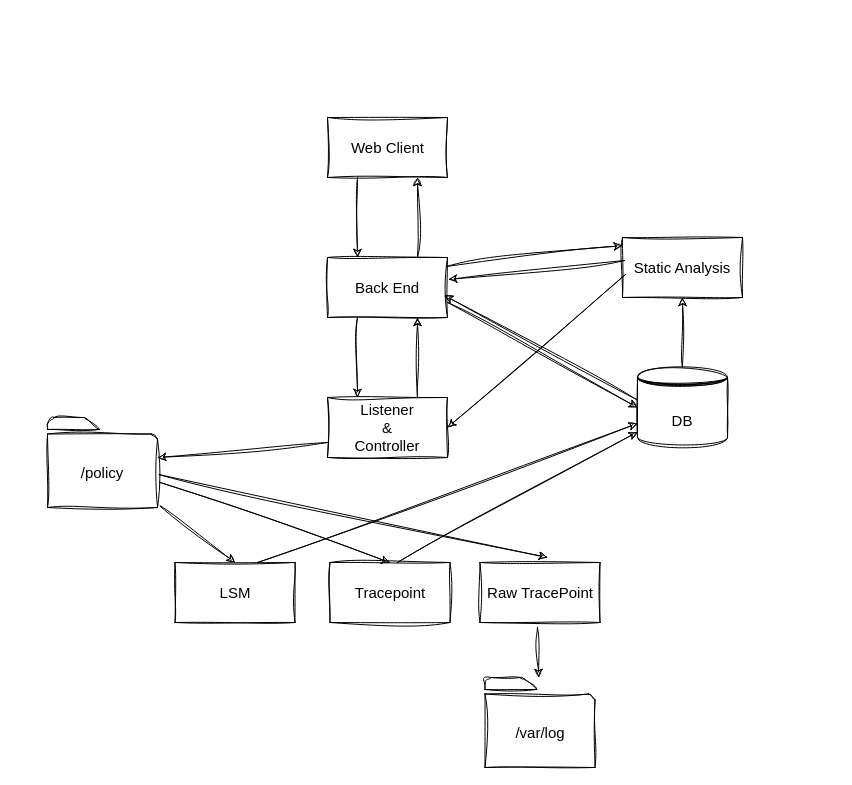
Above: page "페이지-2" (2 of 2) of yamong/yamong.drawio in bob-yamong/drawio (draw.io), before the change. Source tidied: cells renumbered, new cells numbered last; positions are measured from the earlier drawing's top-left corner, leaving out a move shared by most shapes. Both pictures are drawn from the tidied source at 100%, with x=0, y=0 at pixel (47, 117).
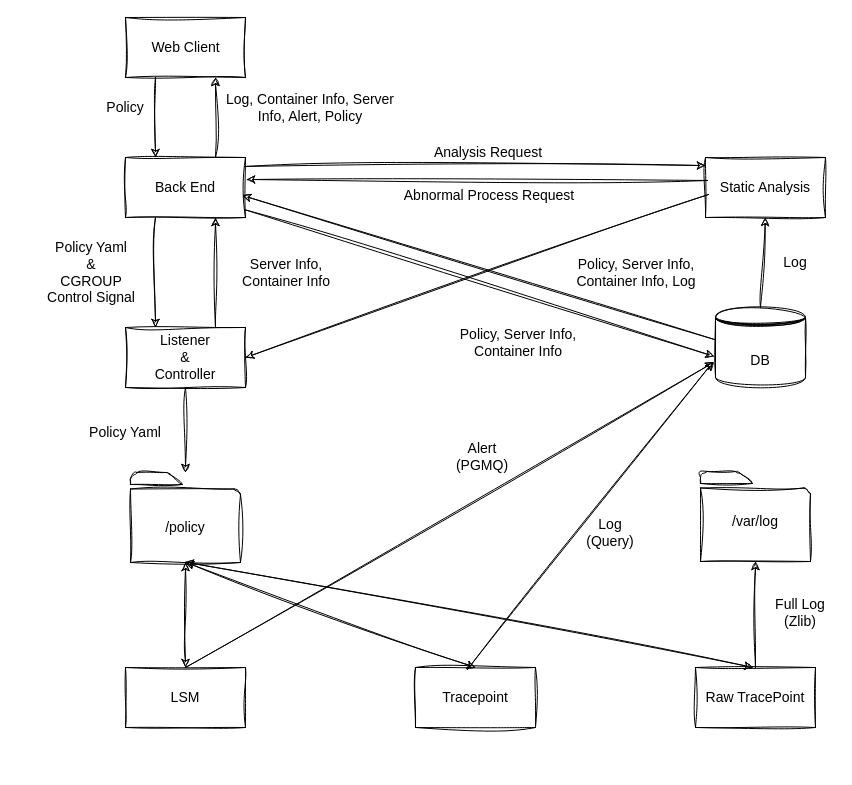
After the change.

Commit message:
docs: Add Data Flow

What changed in the source:
```diff
@@
-    <mxCell id="2" style="group;sketch=1;curveFitting=1;jiggle=2;fontSize=15;" parent="1" vertex="1">
-      <mxGeometry x="280" width="120" height="60" as="geometry" />
+    <mxCell id="2" style="group;sketch=1;curveFitting=1;jiggle=2;fontSize=14;" parent="1" vertex="1">
+      <mxGeometry x="78" y="-100" width="120" height="60" as="geometry" />
     </mxCell>
-    <mxCell id="3" style="rounded=0;whiteSpace=wrap;html=1;sketch=1;curveFitting=1;jiggle=2;fontSize=15;" parent="2" vertex="1">
+    <mxCell id="3" style="rounded=0;whiteSpace=wrap;html=1;sketch=1;curveFitting=1;jiggle=2;fontSize=14;" parent="2" vertex="1">
       <mxGeometry width="120" height="60" as="geometry" />
     </mxCell>
-    <mxCell id="4" value="Web Client" style="text;html=1;align=center;verticalAlign=middle;strokeColor=none;fillColor=none;sketch=1;curveFitting=1;jiggle=2;fontSize=15;" parent="2" vertex="1">
-      <mxGeometry x="10" y="15" width="100" height="30" as="geometry" />
+    <mxCell id="4" value="Web Client" style="text;html=1;align=center;verticalAlign=middle;strokeColor=none;fillColor=none;sketch=1;curveFitting=1;jiggle=2;fontSize=14;" parent="2" vertex="1">
+      <mxGeometry x="15" y="15" width="90" height="30" as="geometry" />
     </mxCell>
-    <mxCell id="5" value="Back End" style="whiteSpace=wrap;html=1;sketch=1;curveFitting=1;jiggle=2;fontSize=15;" parent="1" vertex="1">
-      <mxGeometry x="280" y="140" width="120" height="60" as="geometry" />
+    <mxCell id="5" value="Back End" style="whiteSpace=wrap;html=1;sketch=1;curveFitting=1;jiggle=2;fontSize=14;" parent="1" vertex="1">
+      <mxGeometry x="78" y="40" width="120" height="60" as="geometry" />
     </mxCell>
-    <mxCell id="6" value="Listener&lt;br&gt;&amp;amp;&lt;br&gt;Controller" style="whiteSpace=wrap;html=1;sketch=1;curveFitting=1;jiggle=2;fontSize=15;" parent="1" vertex="1">
-      <mxGeometry x="280" y="280" width="120" height="60" as="geometry" />
+    <mxCell id="6" value="Listener&lt;br style=&quot;font-size: 14px;&quot;&gt;&amp;amp;&lt;br style=&quot;font-size: 14px;&quot;&gt;Controller" style="whiteSpace=wrap;html=1;sketch=1;curveFitting=1;jiggle=2;fontSize=14;" parent="1" vertex="1">
+      <mxGeometry x="78" y="210" width="120" height="60" as="geometry" />
     </mxCell>
-    <mxCell id="7" value="DB" style="shape=datastore;whiteSpace=wrap;html=1;sketch=1;curveFitting=1;jiggle=2;fontSize=15;" parent="1" vertex="1">
-      <mxGeometry x="590" y="250" width="90" height="80" as="geometry" />
+    <mxCell id="7" value="DB" style="shape=datastore;whiteSpace=wrap;html=1;sketch=1;curveFitting=1;jiggle=2;fontSize=14;" parent="1" vertex="1">
+      <mxGeometry x="668" y="190" width="90" height="80" as="geometry" />
     </mxCell>
-    <mxCell id="8" value="LSM" style="whiteSpace=wrap;html=1;sketch=1;curveFitting=1;jiggle=2;fontSize=15;" parent="1" vertex="1">
-      <mxGeometry x="127.5" y="445" width="120" height="60" as="geometry" />
+    <mxCell id="8" value="LSM" style="whiteSpace=wrap;html=1;sketch=1;curveFitting=1;jiggle=2;fontSize=14;" parent="1" vertex="1">
+      <mxGeometry x="78" y="550" width="120" height="60" as="geometry" />
     </mxCell>
-    <mxCell id="9" value="Tracepoint" style="whiteSpace=wrap;html=1;sketch=1;curveFitting=1;jiggle=2;fontSize=15;" parent="1" vertex="1">
-      <mxGeometry x="282.5" y="445" width="120" height="60" as="geometry" />
+    <mxCell id="9" value="Tracepoint" style="whiteSpace=wrap;html=1;sketch=1;curveFitting=1;jiggle=2;fontSize=14;" parent="1" vertex="1">
+      <mxGeometry x="368" y="550" width="120" height="60" as="geometry" />
     </mxCell>
-    <mxCell id="10" value="Raw TracePoint" style="whiteSpace=wrap;html=1;sketch=1;curveFitting=1;jiggle=2;fontSize=15;" parent="1" vertex="1">
-      <mxGeometry x="432.5" y="445" width="120" height="60" as="geometry" />
+    <mxCell id="10" value="Raw TracePoint" style="whiteSpace=wrap;html=1;sketch=1;curveFitting=1;jiggle=2;fontSize=14;" parent="1" vertex="1">
+      <mxGeometry x="648" y="550" width="120" height="60" as="geometry" />
     </mxCell>
-    <mxCell id="11" value="Static Analysis" style="whiteSpace=wrap;html=1;sketch=1;curveFitting=1;jiggle=2;fontSize=15;" parent="1" vertex="1">
-      <mxGeometry x="575" y="120" width="120" height="60" as="geometry" />
+    <mxCell id="11" value="Static Analysis" style="whiteSpace=wrap;html=1;sketch=1;curveFitting=1;jiggle=2;fontSize=14;" parent="1" vertex="1">
+      <mxGeometry x="658" y="40" width="120" height="60" as="geometry" />
     </mxCell>
-    <mxCell id="12" style="endArrow=classic;html=1;rounded=0;exitX=0.75;exitY=0;exitDx=0;exitDy=0;entryX=0.75;entryY=1;entryDx=0;entryDy=0;sketch=1;curveFitting=1;jiggle=2;fontSize=15;" parent="1" edge="1" source="6" target="5">
+    <mxCell id="12" style="endArrow=classic;html=1;rounded=0;exitX=0.75;exitY=0;exitDx=0;exitDy=0;entryX=0.75;entryY=1;entryDx=0;entryDy=0;sketch=1;curveFitting=1;jiggle=2;fontSize=14;" parent="1" edge="1" source="6" target="5">
       <mxGeometry relative="1" as="geometry" />
     </mxCell>
-    <mxCell id="13" style="endArrow=classic;html=1;rounded=0;exitX=1;exitY=0.75;exitDx=0;exitDy=0;entryX=0;entryY=0.5;entryDx=0;entryDy=0;sketch=1;curveFitting=1;jiggle=2;fontSize=15;" parent="1" edge="1" source="5" target="7">
+    <mxCell id="13" style="endArrow=classic;html=1;rounded=0;exitX=0.994;exitY=0.87;exitDx=0;exitDy=0;entryX=-0.015;entryY=0.611;entryDx=0;entryDy=0;sketch=1;curveFitting=1;jiggle=2;fontSize=14;entryPerimeter=0;exitPerimeter=0;" parent="1" edge="1" source="5" target="7">
       <mxGeometry relative="1" as="geometry" />
     </mxCell>
-    <mxCell id="14" style="endArrow=classic;html=1;rounded=0;exitX=-0.011;exitY=0.4;exitDx=0;exitDy=0;exitPerimeter=0;sketch=1;curveFitting=1;jiggle=2;fontSize=15;entryX=0.975;entryY=0.633;entryDx=0;entryDy=0;entryPerimeter=0;" parent="1" edge="1" source="7" target="5">
+    <mxCell id="14" style="endArrow=classic;html=1;rounded=0;exitX=-0.011;exitY=0.4;exitDx=0;exitDy=0;exitPerimeter=0;sketch=1;curveFitting=1;jiggle=2;fontSize=14;entryX=0.975;entryY=0.633;entryDx=0;entryDy=0;entryPerimeter=0;" parent="1" edge="1" source="7" target="5">
       <mxGeometry relative="1" as="geometry" />
     </mxCell>
-    <mxCell id="15" style="endArrow=classic;html=1;rounded=0;sketch=1;curveFitting=1;jiggle=2;fontSize=15;" parent="1" edge="1" target="30">
-      <mxGeometry relative="1" as="geometry">
-        <mxPoint x="490" y="510" as="sourcePoint" />
-      </mxGeometry>
+    <mxCell id="15" style="endArrow=classic;html=1;rounded=0;sketch=1;curveFitting=1;jiggle=2;fontSize=14;exitX=0.5;exitY=0;exitDx=0;exitDy=0;" parent="1" edge="1" source="10" target="30">
+      <mxGeometry relative="1" as="geometry" />
     </mxCell>
-    <mxCell id="16" style="endArrow=classic;html=1;rounded=0;exitX=0;exitY=0.75;exitDx=0;exitDy=0;sketch=1;curveFitting=1;jiggle=2;fontSize=15;" parent="1" edge="1" source="6" target="33">
+    <mxCell id="16" style="endArrow=classic;html=1;rounded=0;sketch=1;curveFitting=1;jiggle=2;fontSize=14;exitX=0.5;exitY=1;exitDx=0;exitDy=0;" parent="1" edge="1" source="6" target="33">
       <mxGeometry relative="1" as="geometry" />
     </mxCell>
-    <mxCell id="17" style="endArrow=classic;html=1;rounded=0;sketch=1;curveFitting=1;jiggle=2;fontSize=15;entryX=0.5;entryY=0;entryDx=0;entryDy=0;" parent="1" edge="1" source="33" target="8">
-      <mxGeometry relative="1" as="geometry" />
-    </mxCell>
-    <mxCell id="18" style="endArrow=classic;html=1;rounded=0;exitX=0.992;exitY=0.15;exitDx=0;exitDy=0;sketch=1;curveFitting=1;jiggle=2;fontSize=15;exitPerimeter=0;entryX=0;entryY=0.133;entryDx=0;entryDy=0;entryPerimeter=0;" parent="1" edge="1" source="5" target="11">
+    <mxCell id="18" style="endArrow=classic;html=1;rounded=0;exitX=0.992;exitY=0.15;exitDx=0;exitDy=0;sketch=1;curveFitting=1;jiggle=2;fontSize=14;exitPerimeter=0;entryX=0;entryY=0.133;entryDx=0;entryDy=0;entryPerimeter=0;" parent="1" edge="1" source="5" target="11">
       <mxGeometry relative="1" as="geometry" />
     </mxCell>
-    <mxCell id="19" style="endArrow=classic;html=1;rounded=0;sketch=1;curveFitting=1;jiggle=2;fontSize=15;entryX=0.5;entryY=1;entryDx=0;entryDy=0;exitX=0.5;exitY=0;exitDx=0;exitDy=0;" parent="1" edge="1" source="7" target="11">
+    <mxCell id="19" style="endArrow=classic;html=1;rounded=0;sketch=1;curveFitting=1;jiggle=2;fontSize=14;entryX=0.5;entryY=1;entryDx=0;entryDy=0;exitX=0.5;exitY=0;exitDx=0;exitDy=0;" parent="1" edge="1" source="7" target="11">
       <mxGeometry relative="1" as="geometry" />
     </mxCell>
-    <mxCell id="20" style="endArrow=classic;html=1;rounded=0;sketch=1;curveFitting=1;jiggle=2;fontSize=15;" parent="1" edge="1" target="7">
-      <mxGeometry relative="1" as="geometry">
-        <mxPoint x="350" y="445" as="sourcePoint" />
-      </mxGeometry>
+    <mxCell id="20" style="endArrow=classic;html=1;rounded=0;sketch=1;curveFitting=1;jiggle=2;fontSize=14;exitX=0.433;exitY=0.033;exitDx=0;exitDy=0;exitPerimeter=0;entryX=-0.026;entryY=0.679;entryDx=0;entryDy=0;entryPerimeter=0;" parent="1" edge="1" source="9" target="7">
+      <mxGeometry relative="1" as="geometry" />
     </mxCell>
-    <mxCell id="21" style="endArrow=classic;html=1;rounded=0;entryX=0;entryY=0.7;entryDx=0;entryDy=0;sketch=1;curveFitting=1;jiggle=2;fontSize=15;" parent="1" edge="1" target="7">
-      <mxGeometry relative="1" as="geometry">
-        <mxPoint x="210" y="445" as="sourcePoint" />
-      </mxGeometry>
+    <mxCell id="21" style="endArrow=classic;html=1;rounded=0;entryX=-0.017;entryY=0.684;entryDx=0;entryDy=0;sketch=1;curveFitting=1;jiggle=2;fontSize=14;exitX=0.5;exitY=0;exitDx=0;exitDy=0;entryPerimeter=0;" parent="1" edge="1" source="8" target="7">
+      <mxGeometry relative="1" as="geometry" />
     </mxCell>
-    <mxCell id="22" style="endArrow=classic;html=1;rounded=0;sketch=1;curveFitting=1;jiggle=2;fontSize=15;" parent="1" edge="1" source="33">
-      <mxGeometry relative="1" as="geometry">
-        <mxPoint x="500" y="440" as="targetPoint" />
-      </mxGeometry>
-    </mxCell>
-    <mxCell id="23" style="endArrow=classic;html=1;rounded=0;entryX=0.5;entryY=0;entryDx=0;entryDy=0;sketch=1;curveFitting=1;jiggle=2;fontSize=15;" parent="1" edge="1" source="33" target="9">
-      <mxGeometry relative="1" as="geometry" />
-    </mxCell>
-    <mxCell id="24" style="endArrow=classic;html=1;rounded=0;exitX=0.025;exitY=0.617;exitDx=0;exitDy=0;exitPerimeter=0;entryX=1;entryY=0.5;entryDx=0;entryDy=0;sketch=1;curveFitting=1;jiggle=2;fontSize=15;" parent="1" edge="1" source="11" target="6">
+    <mxCell id="24" style="endArrow=classic;html=1;rounded=0;exitX=0.025;exitY=0.617;exitDx=0;exitDy=0;exitPerimeter=0;entryX=1;entryY=0.5;entryDx=0;entryDy=0;sketch=1;curveFitting=1;jiggle=2;fontSize=14;" parent="1" edge="1" source="11" target="6">
       <mxGeometry relative="1" as="geometry" />
     </mxCell>
-    <mxCell id="25" style="endArrow=classic;html=1;rounded=0;entryX=1.008;entryY=0.367;entryDx=0;entryDy=0;sketch=1;curveFitting=1;jiggle=2;fontSize=15;entryPerimeter=0;exitX=0.017;exitY=0.383;exitDx=0;exitDy=0;exitPerimeter=0;" parent="1" edge="1" source="11" target="5">
+    <mxCell id="25" style="endArrow=classic;html=1;rounded=0;entryX=1.008;entryY=0.367;entryDx=0;entryDy=0;sketch=1;curveFitting=1;jiggle=2;fontSize=14;entryPerimeter=0;exitX=0.017;exitY=0.383;exitDx=0;exitDy=0;exitPerimeter=0;" parent="1" edge="1" source="11" target="5">
       <mxGeometry relative="1" as="geometry" />
     </mxCell>
-    <mxCell id="26" style="endArrow=classic;html=1;rounded=0;exitX=0.25;exitY=1;exitDx=0;exitDy=0;entryX=0.25;entryY=0;entryDx=0;entryDy=0;sketch=1;curveFitting=1;jiggle=2;fontSize=15;" parent="1" edge="1" source="5" target="6">
+    <mxCell id="26" style="endArrow=classic;html=1;rounded=0;exitX=0.25;exitY=1;exitDx=0;exitDy=0;entryX=0.25;entryY=0;entryDx=0;entryDy=0;sketch=1;curveFitting=1;jiggle=2;fontSize=14;" parent="1" edge="1" source="5" target="6">
       <mxGeometry relative="1" as="geometry" />
     </mxCell>
-    <mxCell id="27" style="endArrow=classic;html=1;rounded=0;sketch=1;curveFitting=1;jiggle=2;fontSize=15;entryX=0.75;entryY=1;entryDx=0;entryDy=0;exitX=0.75;exitY=0;exitDx=0;exitDy=0;" parent="1" edge="1" source="5" target="3">
+    <mxCell id="27" style="endArrow=classic;html=1;rounded=0;sketch=1;curveFitting=1;jiggle=2;fontSize=14;entryX=0.75;entryY=1;entryDx=0;entryDy=0;exitX=0.75;exitY=0;exitDx=0;exitDy=0;" parent="1" edge="1" source="5" target="3">
       <mxGeometry relative="1" as="geometry" />
     </mxCell>
-    <mxCell id="28" style="endArrow=classic;html=1;rounded=0;sketch=1;curveFitting=1;jiggle=2;fontSize=15;entryX=0.25;entryY=0;entryDx=0;entryDy=0;exitX=0.25;exitY=1;exitDx=0;exitDy=0;" parent="1" edge="1" source="3" target="5">
+    <mxCell id="28" style="endArrow=classic;html=1;rounded=0;sketch=1;curveFitting=1;jiggle=2;fontSize=14;entryX=0.25;entryY=0;entryDx=0;entryDy=0;exitX=0.25;exitY=1;exitDx=0;exitDy=0;" parent="1" edge="1" source="3" target="5">
       <mxGeometry relative="1" as="geometry" />
     </mxCell>
-    <mxCell id="29" style="group;fontSize=15;" parent="1" vertex="1">
-      <mxGeometry x="437.5" y="560" width="110" height="90" as="geometry" />
+    <mxCell id="29" style="group;fontSize=14;sketch=1;curveFitting=1;jiggle=2;" parent="1" vertex="1">
+      <mxGeometry x="653" y="354" width="110" height="90" as="geometry" />
     </mxCell>
-    <mxCell id="30" style="sketch=1;shadow=0;dashed=0;html=1;labelPosition=center;verticalLabelPosition=bottom;verticalAlign=top;outlineConnect=0;align=center;shape=mxgraph.office.concepts.folder;flipH=1;curveFitting=1;jiggle=2;fontSize=15;" parent="29" vertex="1">
+    <mxCell id="30" style="sketch=1;shadow=0;dashed=0;html=1;labelPosition=center;verticalLabelPosition=bottom;verticalAlign=top;outlineConnect=0;align=center;shape=mxgraph.office.concepts.folder;flipH=1;curveFitting=1;jiggle=2;fontSize=14;" parent="29" vertex="1">
       <mxGeometry width="110" height="90" as="geometry" />
     </mxCell>
-    <mxCell id="31" value="/var/log" style="text;html=1;align=center;verticalAlign=middle;whiteSpace=wrap;rounded=0;fontSize=15;" parent="29" vertex="1">
-      <mxGeometry x="25" y="40" width="60" height="30" as="geometry" />
+    <mxCell id="31" value="/var/log" style="text;html=1;align=center;verticalAlign=middle;whiteSpace=wrap;rounded=0;fontSize=14;sketch=1;curveFitting=1;jiggle=2;" parent="29" vertex="1">
+      <mxGeometry x="25" y="35" width="60" height="30" as="geometry" />
     </mxCell>
-    <mxCell id="32" style="group;fontSize=15;" parent="1" vertex="1">
-      <mxGeometry y="300" width="110" height="90" as="geometry" />
+    <mxCell id="32" style="group;fontSize=14;sketch=1;curveFitting=1;jiggle=2;" parent="1" vertex="1">
+      <mxGeometry x="83" y="355" width="110" height="90" as="geometry" />
     </mxCell>
-    <mxCell id="33" style="sketch=1;shadow=0;dashed=0;html=1;labelPosition=center;verticalLabelPosition=bottom;verticalAlign=top;outlineConnect=0;align=center;shape=mxgraph.office.concepts.folder;flipH=1;curveFitting=1;jiggle=2;fontSize=15;" parent="32" vertex="1">
+    <mxCell id="33" style="sketch=1;shadow=0;dashed=0;html=1;labelPosition=center;verticalLabelPosition=bottom;verticalAlign=top;outlineConnect=0;align=center;shape=mxgraph.office.concepts.folder;flipH=1;curveFitting=1;jiggle=2;fontSize=14;" parent="32" vertex="1">
       <mxGeometry width="110" height="90" as="geometry" />
     </mxCell>
-    <mxCell id="34" value="/policy" style="text;html=1;align=center;verticalAlign=middle;whiteSpace=wrap;rounded=0;fontSize=15;" parent="32" vertex="1">
+    <mxCell id="34" value="/policy" style="text;html=1;align=center;verticalAlign=middle;whiteSpace=wrap;rounded=0;fontSize=14;sketch=1;curveFitting=1;jiggle=2;" parent="32" vertex="1">
       <mxGeometry x="25" y="40" width="60" height="30" as="geometry" />
     </mxCell>
+    <mxCell id="35" value="Policy Yaml" style="text;html=1;align=center;verticalAlign=middle;whiteSpace=wrap;rounded=0;fontSize=14;sketch=1;curveFitting=1;jiggle=2;" parent="1" vertex="1">
+      <mxGeometry x="29" y="300" width="98" height="30" as="geometry" />
+    </mxCell>
+    <mxCell id="36" value="Log, Container Info, Server Info, Alert, Policy" style="text;html=1;align=center;verticalAlign=middle;whiteSpace=wrap;rounded=0;sketch=1;curveFitting=1;jiggle=2;fontSize=14;" parent="1" vertex="1">
+      <mxGeometry x="168" y="-30" width="190" height="40" as="geometry" />
+    </mxCell>
+    <mxCell id="37" value="Policy" style="text;html=1;align=center;verticalAlign=middle;whiteSpace=wrap;rounded=0;sketch=1;curveFitting=1;jiggle=2;fontSize=14;" parent="1" vertex="1">
+      <mxGeometry x="48" y="-25" width="60" height="30" as="geometry" />
+    </mxCell>
+    <mxCell id="38" value="Policy Yaml&lt;br style=&quot;font-size: 14px;&quot;&gt;&amp;amp;&lt;br style=&quot;font-size: 14px;&quot;&gt;CGROUP&lt;br style=&quot;font-size: 14px;&quot;&gt;Control Signal" style="text;html=1;align=center;verticalAlign=middle;whiteSpace=wrap;rounded=0;sketch=1;curveFitting=1;jiggle=2;fontSize=14;" parent="1" vertex="1">
+      <mxGeometry x="-30" y="140" width="148" height="30" as="geometry" />
+    </mxCell>
+    <mxCell id="39" value="Server Info, &lt;br style=&quot;font-size: 14px;&quot;&gt;Container Info" style="text;html=1;align=center;verticalAlign=middle;whiteSpace=wrap;rounded=0;sketch=1;curveFitting=1;jiggle=2;fontSize=14;" parent="1" vertex="1">
+      <mxGeometry x="178" y="140" width="122" height="30" as="geometry" />
+    </mxCell>
+    <mxCell id="40" style="endArrow=classic;startArrow=classic;html=1;rounded=0;exitX=0.5;exitY=0;exitDx=0;exitDy=0;sketch=1;curveFitting=1;jiggle=2;fontSize=14;" parent="1" edge="1" source="8" target="33">
+      <mxGeometry relative="1" as="geometry" />
+    </mxCell>
+    <mxCell id="41" style="endArrow=classic;startArrow=classic;html=1;rounded=0;exitX=0.5;exitY=0;exitDx=0;exitDy=0;entryX=0.502;entryY=0.997;entryDx=0;entryDy=0;entryPerimeter=0;sketch=1;curveFitting=1;jiggle=2;fontSize=14;" parent="1" edge="1" source="9" target="33">
+      <mxGeometry relative="1" as="geometry" />
+    </mxCell>
+    <mxCell id="42" style="endArrow=classic;startArrow=classic;html=1;rounded=0;exitX=0.48;exitY=-0.003;exitDx=0;exitDy=0;entryX=0.504;entryY=0.995;entryDx=0;entryDy=0;entryPerimeter=0;exitPerimeter=0;sketch=1;curveFitting=1;jiggle=2;fontSize=14;" parent="1" edge="1" source="10" target="33">
+      <mxGeometry relative="1" as="geometry" />
+    </mxCell>
+    <mxCell id="43" value="Alert&lt;br style=&quot;font-size: 14px;&quot;&gt;(PGMQ)" style="text;html=1;align=center;verticalAlign=middle;whiteSpace=wrap;rounded=0;fontSize=14;" parent="1" vertex="1">
+      <mxGeometry x="400" y="324" width="70" height="30" as="geometry" />
+    </mxCell>
+    <mxCell id="44" value="Log&lt;br style=&quot;font-size: 14px;&quot;&gt;(Query)" style="text;html=1;align=center;verticalAlign=middle;whiteSpace=wrap;rounded=0;fontSize=14;" parent="1" vertex="1">
+      <mxGeometry x="528" y="400" width="70" height="30" as="geometry" />
+    </mxCell>
+    <mxCell id="45" value="Full Log&lt;br style=&quot;font-size: 14px;&quot;&gt;(Zlib)" style="text;html=1;align=center;verticalAlign=middle;whiteSpace=wrap;rounded=0;fontSize=14;" parent="1" vertex="1">
+      <mxGeometry x="718" y="480" width="70" height="30" as="geometry" />
+    </mxCell>
+    <mxCell id="46" value="Log" style="text;html=1;align=center;verticalAlign=middle;whiteSpace=wrap;rounded=0;fontSize=14;" parent="1" vertex="1">
+      <mxGeometry x="718" y="130" width="60" height="30" as="geometry" />
+    </mxCell>
+    <mxCell id="47" value="Analysis Request" style="text;html=1;align=center;verticalAlign=middle;whiteSpace=wrap;rounded=0;fontSize=14;" parent="1" vertex="1">
+      <mxGeometry x="381" y="20" width="120" height="30" as="geometry" />
+    </mxCell>
+    <mxCell id="48" value="Abnormal Process Request" style="text;html=1;align=center;verticalAlign=middle;whiteSpace=wrap;rounded=0;fontSize=14;" parent="1" vertex="1">
+      <mxGeometry x="354" y="63" width="176" height="30" as="geometry" />
+    </mxCell>
+    <mxCell id="49" value="Policy, Server Info, Container Info" style="text;html=1;align=center;verticalAlign=middle;whiteSpace=wrap;rounded=0;sketch=1;curveFitting=1;jiggle=2;fontSize=14;" parent="1" vertex="1">
+      <mxGeometry x="410" y="210" width="122" height="30" as="geometry" />
+    </mxCell>
+    <mxCell id="50" value="Policy, Server Info, Container Info, Log" style="text;html=1;align=center;verticalAlign=middle;whiteSpace=wrap;rounded=0;sketch=1;curveFitting=1;jiggle=2;fontSize=14;" parent="1" vertex="1">
+      <mxGeometry x="528" y="140" width="122" height="30" as="geometry" />
+    </mxCell>
```
